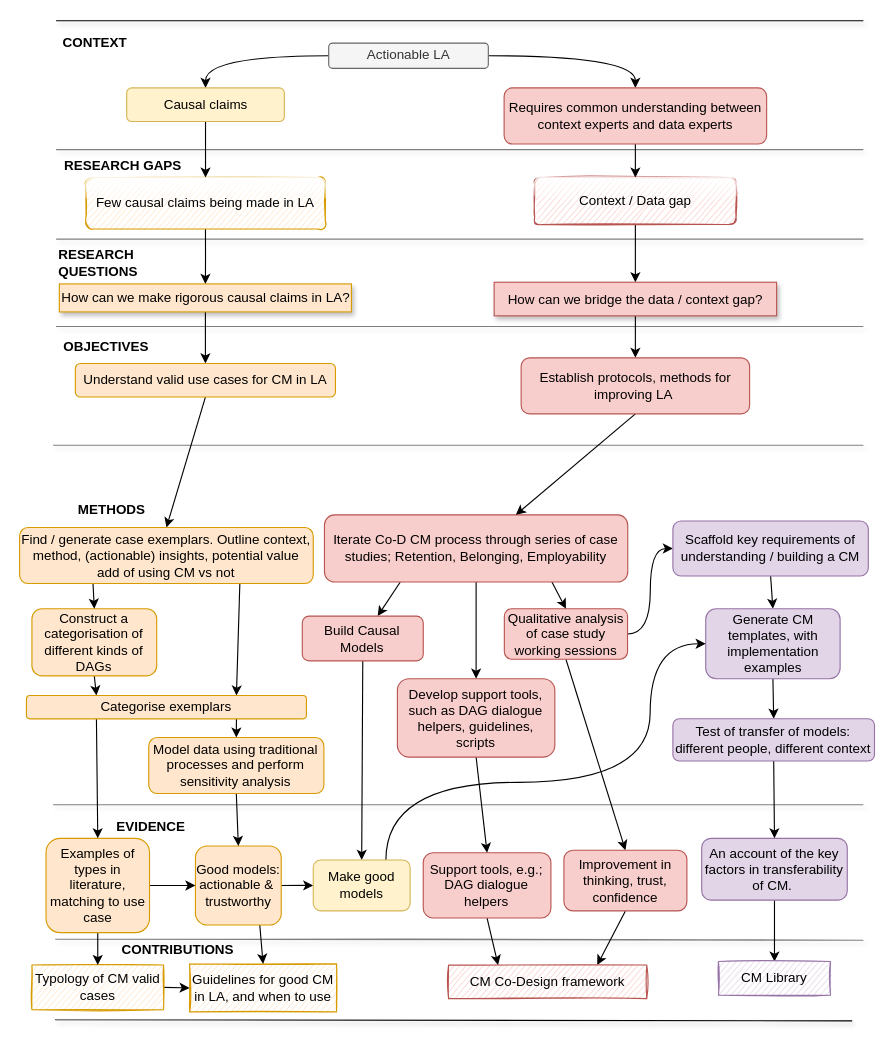
Above: page "Page-9" (9 of 9) of Thesis diagram.drawio in benwhicks/phd (draw.io), before the change. Source tidied: cells renumbered, new cells numbered last; positions are measured from the earlier drawing's top-left corner, leaving out a move shared by most shapes. Both pictures are drawn from the tidied source at 112%, with x=0, y=0 at pixel (19, 20).
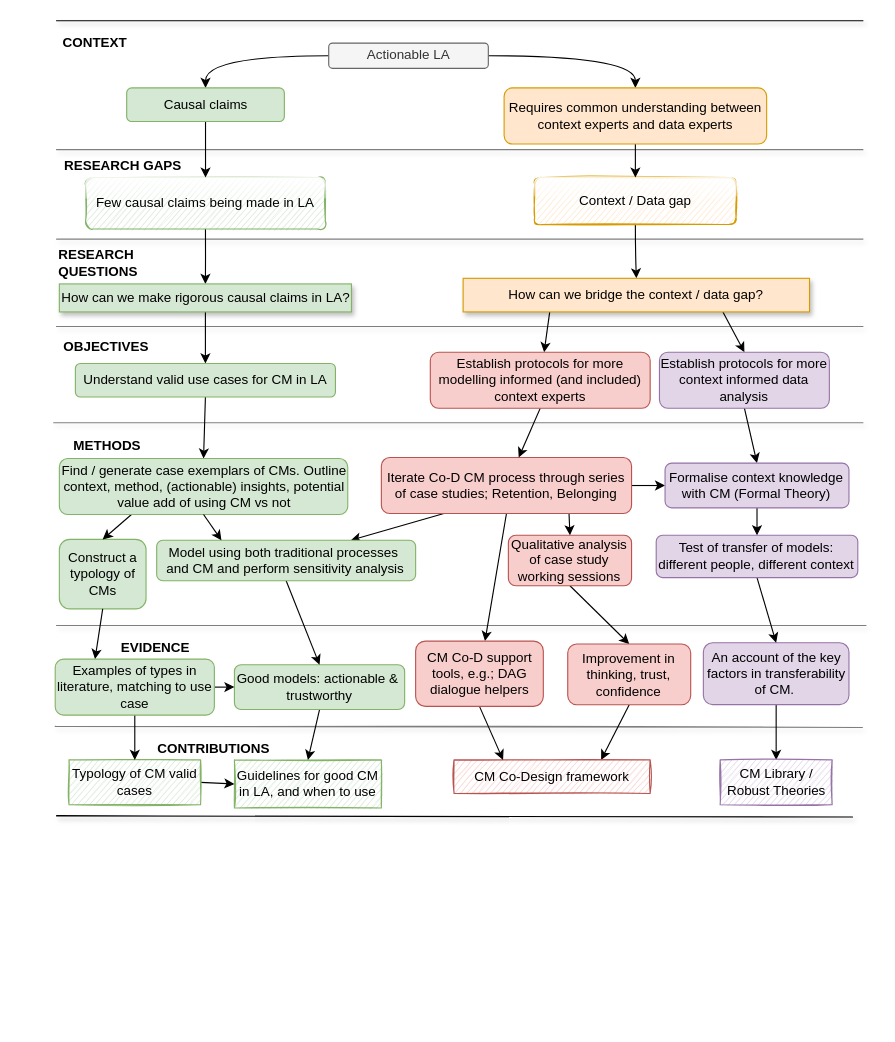
The same diagram, later.

Change to the diagram source:
```diff
@@
-    <mxCell id="6" style="edgeStyle=orthogonalEdgeStyle;rounded=0;jettySize=auto;html=1;exitX=1;exitY=0.5;exitDx=0;exitDy=0;entryX=0;entryY=0.5;entryDx=0;entryDy=0;curved=1;" parent="1" edge="1" source="7" target="70">
-      <mxGeometry relative="1" as="geometry" />
-    </mxCell>
     <mxCell id="7" value="Qualitative analysis of case study working sessions" style="rounded=1;whiteSpace=wrap;html=1;fillColor=#f8cecc;strokeColor=#b85450;" parent="1" vertex="1">
-      <mxGeometry x="432.8" y="525" width="110" height="45.1" as="geometry" />
+      <mxGeometry x="436.4" y="459.4" width="110" height="45.1" as="geometry" />
     </mxCell>
@@
-    <mxCell id="9" value="Context / Data gap" style="rounded=1;whiteSpace=wrap;html=1;fillColor=#f8cecc;strokeColor=#b85450;glass=1;sketch=1;" parent="1" vertex="1">
+    <mxCell id="9" value="Context / Data gap" style="rounded=1;whiteSpace=wrap;html=1;fillColor=#ffe6cc;strokeColor=#d79b00;glass=1;sketch=1;" parent="1" vertex="1">
       <mxGeometry x="459.9" y="140" width="179.8" height="42" as="geometry" />
     </mxCell>
@@
-    <mxCell id="11" value="Few causal claims being made in LA" style="rounded=1;whiteSpace=wrap;html=1;fillColor=#ffe6cc;strokeColor=#d79b00;glass=1;sketch=1;" parent="1" vertex="1">
+    <mxCell id="11" value="Few causal claims being made in LA" style="rounded=1;whiteSpace=wrap;html=1;fillColor=#d5e8d4;strokeColor=#82b366;glass=1;sketch=1;" parent="1" vertex="1">
       <mxGeometry x="58.9" y="140" width="214.1" height="46" as="geometry" />
     </mxCell>
-    <mxCell id="12" style="edgeStyle=none;rounded=0;jettySize=auto;html=1;exitX=0.5;exitY=1;exitDx=0;exitDy=0;" parent="1" edge="1" source="13" target="55">
+    <mxCell id="12" style="edgeStyle=none;rounded=0;jettySize=auto;html=1;exitX=0.25;exitY=1;exitDx=0;exitDy=0;" parent="1" edge="1" source="13" target="55">
       <mxGeometry relative="1" as="geometry" />
     </mxCell>
+    <mxCell id="84" style="rounded=0;jettySize=auto;html=1;exitX=0.75;exitY=1;exitDx=0;exitDy=0;entryX=0.5;entryY=0;entryDx=0;entryDy=0;" parent="1" edge="1" source="13" target="88">
+      <mxGeometry relative="1" as="geometry" />
+    </mxCell>
-    <mxCell id="13" value="How can we bridge the data / context gap?" style="rounded=0;whiteSpace=wrap;html=1;fillColor=#f8cecc;strokeColor=#b85450;sketch=0;shadow=1;" parent="1" vertex="1">
-      <mxGeometry x="423.7" y="233.5" width="252.2" height="30" as="geometry" />
+    <mxCell id="13" value="How can we bridge the context / data gap?" style="rounded=0;whiteSpace=wrap;html=1;fillColor=#ffe6cc;strokeColor=#d79b00;sketch=0;shadow=1;" parent="1" vertex="1">
+      <mxGeometry x="396" y="230" width="309.3" height="30" as="geometry" />
     </mxCell>
     <mxCell id="14" value="CONTRIBUTIONS" style="text;html=1;align=center;verticalAlign=middle;strokeColor=none;fillColor=none;fontStyle=1;" parent="1" vertex="1">
-      <mxGeometry x="81" y="820" width="120" height="20" as="geometry" />
+      <mxGeometry x="112.9" y="640" width="120" height="20" as="geometry" />
     </mxCell>
     <mxCell id="15" value="EVIDENCE" style="text;html=1;align=center;verticalAlign=middle;strokeColor=none;fillColor=none;fontStyle=1;" parent="1" vertex="1">
-      <mxGeometry x="77" y="710" width="80" height="20" as="geometry" />
+      <mxGeometry x="81" y="550" width="80" height="20" as="geometry" />
     </mxCell>
@@
-    <mxCell id="21" value="How can we make rigorous causal claims in LA?" style="whiteSpace=wrap;html=1;fillColor=#ffe6cc;strokeColor=#d79b00;sketch=0;shadow=1;" parent="1" vertex="1">
+    <mxCell id="21" value="How can we make rigorous causal claims in LA?" style="whiteSpace=wrap;html=1;fillColor=#d5e8d4;strokeColor=#82b366;sketch=0;shadow=1;" parent="1" vertex="1">
       <mxGeometry x="35.5" y="235" width="260.8" height="25" as="geometry" />
     </mxCell>
@@
-    <mxCell id="23" value="Understand valid use cases for CM in LA" style="rounded=1;whiteSpace=wrap;html=1;sketch=0;shadow=0;glass=0;fillColor=#ffe6cc;strokeColor=#d79b00;" parent="1" vertex="1">
+    <mxCell id="23" value="Understand valid use cases for CM in LA" style="rounded=1;whiteSpace=wrap;html=1;sketch=0;shadow=0;glass=0;fillColor=#d5e8d4;strokeColor=#82b366;" parent="1" vertex="1">
       <mxGeometry x="49.8" y="306" width="232.2" height="30" as="geometry" />
     </mxCell>
-    <mxCell id="24" style="edgeStyle=none;rounded=0;jumpStyle=none;jettySize=auto;html=1;entryX=0.5;entryY=0;entryDx=0;entryDy=0;fontFamily=Helvetica;fontSize=12;exitX=0.5;exitY=1;exitDx=0;exitDy=0;" parent="1" edge="1" source="27" target="68">
-      <mxGeometry relative="1" as="geometry" />
-    </mxCell>
@@
-    <mxCell id="26" style="edgeStyle=none;rounded=0;jettySize=auto;html=1;exitX=0.25;exitY=1;exitDx=0;exitDy=0;" parent="1" edge="1" source="27" target="78">
+    <mxCell id="26" style="edgeStyle=none;rounded=0;jettySize=auto;html=1;exitX=0.25;exitY=1;exitDx=0;exitDy=0;entryX=0.75;entryY=0;entryDx=0;entryDy=0;" parent="1" edge="1" source="27" target="57">
       <mxGeometry relative="1" as="geometry" />
     </mxCell>
+    <mxCell id="85" style="edgeStyle=none;rounded=0;jettySize=auto;html=1;exitX=1;exitY=0.5;exitDx=0;exitDy=0;entryX=0;entryY=0.5;entryDx=0;entryDy=0;" parent="1" edge="1" source="27" target="90">
+      <mxGeometry relative="1" as="geometry" />
+    </mxCell>
+    <mxCell id="86" style="edgeStyle=none;rounded=0;jettySize=auto;html=1;exitX=0.5;exitY=1;exitDx=0;exitDy=0;" parent="1" edge="1" source="27" target="49">
+      <mxGeometry relative="1" as="geometry" />
+    </mxCell>
-    <mxCell id="27" value="Iterate Co-D CM process through series of case studies; Retention, Belonging, Employability" style="rounded=1;whiteSpace=wrap;html=1;fillColor=#f8cecc;strokeColor=#b85450;" parent="1" vertex="1">
-      <mxGeometry x="272.2" y="441.2" width="270.8" height="60" as="geometry" />
+    <mxCell id="27" value="Iterate Co-D CM process through series of case studies; Retention, Belonging" style="rounded=1;whiteSpace=wrap;html=1;fillColor=#f8cecc;strokeColor=#b85450;" parent="1" vertex="1">
+      <mxGeometry x="323" y="390" width="223.4" height="50" as="geometry" />
     </mxCell>
@@
-    <mxCell id="30" value="Causal claims" style="rounded=1;whiteSpace=wrap;html=1;fillColor=#fff2cc;shadow=0;glass=0;sketch=0;strokeColor=#d6b656;" parent="1" vertex="1">
+    <mxCell id="30" value="Causal claims" style="rounded=1;whiteSpace=wrap;html=1;fillColor=#d5e8d4;shadow=0;glass=0;sketch=0;strokeColor=#82b366;" parent="1" vertex="1">
       <mxGeometry x="95.6" y="60" width="140.8" height="30" as="geometry" />
     </mxCell>
@@
     <mxCell id="32" value="Improvement in thinking, trust, confidence" style="whiteSpace=wrap;html=1;rounded=1;shadow=0;glass=0;sketch=0;fillColor=#f8cecc;strokeColor=#b85450;" parent="1" vertex="1">
-      <mxGeometry x="486" y="740.6" width="109.8" height="54.2" as="geometry" />
+      <mxGeometry x="489.4" y="556.5" width="109.8" height="54.2" as="geometry" />
     </mxCell>
@@
     <mxCell id="37" style="endArrow=none;html=1;rounded=0;sketch=1;curved=1;shadow=1;opacity=50;" parent="1" edge="1">
       <mxGeometry relative="1" as="geometry">
-        <mxPoint x="32.3" y="820" as="sourcePoint" />
-        <mxPoint x="753" y="821" as="targetPoint" />
+        <mxPoint x="31.8" y="630" as="sourcePoint" />
+        <mxPoint x="752.5" y="631" as="targetPoint" />
       </mxGeometry>
     </mxCell>
@@
-    <mxCell id="39" value="Requires common understanding between context experts and data experts" style="rounded=1;whiteSpace=wrap;html=1;fillColor=#f8cecc;strokeColor=#b85450;" parent="1" vertex="1">
+    <mxCell id="39" value="Requires common understanding between context experts and data experts" style="rounded=1;whiteSpace=wrap;html=1;fillColor=#ffe6cc;strokeColor=#d79b00;" parent="1" vertex="1">
       <mxGeometry x="432.6" y="60" width="234.4" height="50.1" as="geometry" />
     </mxCell>
     <mxCell id="40" value="METHODS" style="text;html=1;align=center;verticalAlign=middle;strokeColor=none;fillColor=none;fontStyle=1;" parent="1" vertex="1">
-      <mxGeometry x="42.4" y="426.7" width="80" height="20" as="geometry" />
+      <mxGeometry x="38" y="370" width="80" height="20" as="geometry" />
     </mxCell>
     <mxCell id="41" value="CM Co-Design framework" style="whiteSpace=wrap;html=1;rounded=0;shadow=0;glass=0;sketch=1;fillColor=#f8cecc;strokeColor=#b85450;" parent="1" vertex="1">
-      <mxGeometry x="383" y="843.1" width="177" height="30" as="geometry" />
+      <mxGeometry x="387.9" y="660" width="175.1" height="30" as="geometry" />
     </mxCell>
-    <mxCell id="42" value="Guidelines for good CM in LA, and when to use" style="whiteSpace=wrap;html=1;rounded=0;shadow=0;glass=0;sketch=1;fillColor=#ffe6cc;strokeColor=#d79b00;" parent="1" vertex="1">
-      <mxGeometry x="151.8" y="842.1" width="131.2" height="42.9" as="geometry" />
+    <mxCell id="42" value="Guidelines for good CM in LA, and when to use" style="whiteSpace=wrap;html=1;rounded=0;shadow=0;glass=0;sketch=1;fillColor=#d5e8d4;strokeColor=#82b366;" parent="1" vertex="1">
+      <mxGeometry x="191.8" y="660" width="131.2" height="42.9" as="geometry" />
     </mxCell>
-    <mxCell id="43" style="edgeStyle=none;rounded=0;jumpStyle=none;jettySize=auto;html=1;exitX=0.75;exitY=1;exitDx=0;exitDy=0;entryX=0.5;entryY=0;entryDx=0;entryDy=0;fontFamily=Helvetica;fontSize=12;" parent="1" edge="1" source="45" target="42">
+    <mxCell id="43" style="edgeStyle=none;rounded=0;jumpStyle=none;jettySize=auto;html=1;exitX=0.5;exitY=1;exitDx=0;exitDy=0;entryX=0.5;entryY=0;entryDx=0;entryDy=0;fontFamily=Helvetica;fontSize=12;" parent="1" edge="1" source="45" target="42">
       <mxGeometry relative="1" as="geometry" />
     </mxCell>
-    <mxCell id="44" style="rounded=0;jettySize=auto;html=1;exitX=1;exitY=0.5;exitDx=0;exitDy=0;entryX=0;entryY=0.5;entryDx=0;entryDy=0;" parent="1" edge="1" source="45" target="80">
-      <mxGeometry relative="1" as="geometry" />
-    </mxCell>
-    <mxCell id="45" value="Good models: actionable &amp;amp;&amp;nbsp; trustworthy" style="rounded=1;whiteSpace=wrap;html=1;sketch=0;fillColor=#ffe6cc;strokeColor=#d79b00;shadow=0;" parent="1" vertex="1">
-      <mxGeometry x="157" y="736.8" width="76.6" height="70.6" as="geometry" />
+    <mxCell id="45" value="Good models: actionable &amp;amp;&amp;nbsp; trustworthy" style="rounded=1;whiteSpace=wrap;html=1;sketch=0;fillColor=#d5e8d4;strokeColor=#82b366;shadow=0;" parent="1" vertex="1">
+      <mxGeometry x="191.8" y="575" width="152" height="40" as="geometry" />
     </mxCell>
@@
-    <mxCell id="47" value="Typology of CM valid cases" style="rounded=0;whiteSpace=wrap;html=1;sketch=1;fillColor=#ffe6cc;strokeColor=#d79b00;shadow=0;" parent="1" vertex="1">
-      <mxGeometry x="11" y="843.1" width="117.5" height="40" as="geometry" />
+    <mxCell id="47" value="Typology of CM valid cases" style="rounded=0;whiteSpace=wrap;html=1;sketch=1;fillColor=#d5e8d4;strokeColor=#82b366;shadow=0;" parent="1" vertex="1">
+      <mxGeometry x="44.1" y="660" width="117.5" height="40" as="geometry" />
     </mxCell>
@@
-    <mxCell id="49" value="Support tools, e.g.; DAG dialogue helpers" style="rounded=1;whiteSpace=wrap;html=1;sketch=0;fillColor=#f8cecc;strokeColor=#b85450;shadow=0;" parent="1" vertex="1">
-      <mxGeometry x="360.4" y="742.9" width="114" height="58.3" as="geometry" />
+    <mxCell id="49" value="CM Co-D support tools, e.g.; DAG dialogue helpers" style="rounded=1;whiteSpace=wrap;html=1;sketch=0;fillColor=#f8cecc;strokeColor=#b85450;shadow=0;" parent="1" vertex="1">
+      <mxGeometry x="353.6" y="553.9" width="114" height="58.3" as="geometry" />
     </mxCell>
@@
     <mxCell id="51" value="An account of the key factors in transferability of CM.&amp;nbsp;" style="whiteSpace=wrap;html=1;rounded=1;shadow=0;glass=0;sketch=0;fillColor=#e1d5e7;strokeColor=#9673a6;" parent="1" vertex="1">
-      <mxGeometry x="609" y="730" width="130" height="55.2" as="geometry" />
+      <mxGeometry x="610.5" y="555.4" width="130" height="55.2" as="geometry" />
     </mxCell>
     <mxCell id="52" style="endArrow=none;html=1;rounded=0;sketch=1;curved=1;shadow=1;opacity=50;" parent="1" edge="1">
       <mxGeometry relative="1" as="geometry">
-        <mxPoint x="30.5" y="379" as="sourcePoint" />
-        <mxPoint x="753" y="379" as="targetPoint" />
+        <mxPoint x="30.5" y="359" as="sourcePoint" />
+        <mxPoint x="753" y="359" as="targetPoint" />
       </mxGeometry>
     </mxCell>
@@
-    <mxCell id="55" value="Establish protocols, methods for improving LA&amp;nbsp;" style="rounded=1;whiteSpace=wrap;html=1;fillColor=#f8cecc;strokeColor=#b85450;" parent="1" vertex="1">
-      <mxGeometry x="447.8" y="301" width="204" height="50" as="geometry" />
+    <mxCell id="55" value="Establish protocols for more modelling informed (and included) context experts" style="rounded=1;whiteSpace=wrap;html=1;fillColor=#f8cecc;strokeColor=#b85450;" parent="1" vertex="1">
+      <mxGeometry x="366.7" y="296" width="196.3" height="50" as="geometry" />
     </mxCell>
@@
-    <mxCell id="57" value="Model data using traditional processes and perform sensitivity analysis" style="rounded=1;whiteSpace=wrap;html=1;sketch=0;shadow=0;glass=0;fillColor=#ffe6cc;strokeColor=#d79b00;" parent="1" vertex="1">
-      <mxGeometry x="115.3" y="640" width="156.4" height="50" as="geometry" />
+    <mxCell id="57" value="Model using both traditional processes&amp;nbsp;&lt;br&gt;and CM and perform sensitivity analysis" style="rounded=1;whiteSpace=wrap;html=1;sketch=0;shadow=0;glass=0;fillColor=#d5e8d4;strokeColor=#82b366;" parent="1" vertex="1">
+      <mxGeometry x="122.4" y="463.9" width="231.2" height="36.1" as="geometry" />
     </mxCell>
-    <mxCell id="58" style="rounded=0;jettySize=auto;html=1;exitX=0.5;exitY=1;exitDx=0;exitDy=0;entryX=0.25;entryY=0;entryDx=0;entryDy=0;" parent="1" edge="1" source="59" target="76">
-      <mxGeometry relative="1" as="geometry" />
-    </mxCell>
-    <mxCell id="59" value="Construct a categorisation of different kinds of DAGs" style="rounded=1;whiteSpace=wrap;html=1;sketch=0;shadow=0;glass=0;fillColor=#ffe6cc;strokeColor=#d79b00;" parent="1" vertex="1">
-      <mxGeometry x="11" y="525" width="111.4" height="60" as="geometry" />
+    <mxCell id="59" value="Construct a typology of CMs" style="rounded=1;whiteSpace=wrap;html=1;sketch=0;shadow=0;glass=0;fillColor=#d5e8d4;strokeColor=#82b366;" parent="1" vertex="1">
+      <mxGeometry x="35.5" y="463.1" width="77.4" height="62" as="geometry" />
     </mxCell>
@@
-    <mxCell id="62" value="Examples of types in literature, matching to use case" style="rounded=1;whiteSpace=wrap;html=1;sketch=0;fillColor=#ffe6cc;strokeColor=#d79b00;shadow=0;" parent="1" vertex="1">
-      <mxGeometry x="23.6" y="730" width="92.4" height="84.2" as="geometry" />
+    <mxCell id="62" value="Examples of types in literature, matching to use case" style="rounded=1;whiteSpace=wrap;html=1;sketch=0;fillColor=#d5e8d4;strokeColor=#82b366;shadow=0;" parent="1" vertex="1">
+      <mxGeometry x="31.8" y="570" width="142.1" height="50" as="geometry" />
     </mxCell>
-    <mxCell id="63" style="rounded=0;jettySize=auto;html=1;exitX=0.75;exitY=1;exitDx=0;exitDy=0;entryX=0.75;entryY=0;entryDx=0;entryDy=0;" parent="1" edge="1" source="65" target="76">
-      <mxGeometry relative="1" as="geometry" />
-    </mxCell>
@@
-    <mxCell id="65" value="Find / generate case exemplars. Outline context, method, (actionable) insights, potential value add of using CM vs not" style="rounded=1;whiteSpace=wrap;html=1;sketch=0;shadow=0;glass=0;fillColor=#ffe6cc;strokeColor=#d79b00;" parent="1" vertex="1">
-      <mxGeometry y="452.5" width="262.2" height="50" as="geometry" />
+    <mxCell id="65" value="Find / generate case exemplars of CMs. Outline context, method, (actionable) insights, potential value add of using CM vs not" style="rounded=1;whiteSpace=wrap;html=1;sketch=0;shadow=0;glass=0;fillColor=#d5e8d4;strokeColor=#82b366;" parent="1" vertex="1">
+      <mxGeometry x="35.5" y="390.9" width="257.5" height="50" as="geometry" />
     </mxCell>
     <mxCell id="66" style="endArrow=none;html=1;rounded=0;sketch=1;curved=1;shadow=1;" parent="1" edge="1">
       <mxGeometry relative="1" as="geometry">
-        <mxPoint x="32.3" y="892" as="sourcePoint" />
-        <mxPoint x="743" y="893" as="targetPoint" />
+        <mxPoint x="33" y="710" as="sourcePoint" />
+        <mxPoint x="743.7" y="711" as="targetPoint" />
       </mxGeometry>
     </mxCell>
-    <mxCell id="67" style="edgeStyle=none;rounded=0;jumpStyle=none;jettySize=auto;html=1;exitX=0.5;exitY=1;exitDx=0;exitDy=0;entryX=0.5;entryY=0;entryDx=0;entryDy=0;fontFamily=Helvetica;fontSize=12;startArrow=none;" parent="1" edge="1" source="68" target="49">
-      <mxGeometry relative="1" as="geometry" />
-    </mxCell>
-    <mxCell id="68" value="Develop support tools, such as DAG dialogue helpers, guidelines, scripts" style="rounded=1;whiteSpace=wrap;html=1;fillColor=#f8cecc;strokeColor=#b85450;" parent="1" vertex="1">
-      <mxGeometry x="337.3" y="587.5" width="140.6" height="70" as="geometry" />
-    </mxCell>
-    <mxCell id="69" style="edgeStyle=none;rounded=0;jumpStyle=none;jettySize=auto;html=1;exitX=0.5;exitY=1;exitDx=0;exitDy=0;entryX=0.5;entryY=0;entryDx=0;entryDy=0;fontFamily=Helvetica;fontSize=12;" parent="1" edge="1" source="70" target="73">
-      <mxGeometry relative="1" as="geometry" />
-    </mxCell>
-    <mxCell id="70" value="Scaffold key requirements of understanding / building a CM" style="whiteSpace=wrap;html=1;rounded=1;shadow=0;glass=0;sketch=0;fillColor=#e1d5e7;strokeColor=#9673a6;" parent="1" vertex="1">
-      <mxGeometry x="583.3" y="446.7" width="174.5" height="49.1" as="geometry" />
-    </mxCell>
@@
-    <mxCell id="72" style="edgeStyle=none;rounded=0;jettySize=auto;html=1;exitX=0.5;exitY=1;exitDx=0;exitDy=0;entryX=0.5;entryY=0;entryDx=0;entryDy=0;" parent="1" edge="1" source="73" target="82">
-      <mxGeometry relative="1" as="geometry" />
-    </mxCell>
-    <mxCell id="73" value="Generate CM templates, with implementation examples" style="whiteSpace=wrap;html=1;rounded=1;shadow=0;glass=0;sketch=0;fillColor=#e1d5e7;strokeColor=#9673a6;" parent="1" vertex="1">
-      <mxGeometry x="612.6" y="525" width="120" height="62.5" as="geometry" />
-    </mxCell>
-    <mxCell id="74" style="rounded=0;jettySize=auto;html=1;exitX=0.25;exitY=1;exitDx=0;exitDy=0;entryX=0.5;entryY=0;entryDx=0;entryDy=0;" parent="1" edge="1" source="76" target="62">
+    <mxCell id="74" style="rounded=0;jettySize=auto;html=1;exitX=0.5;exitY=1;exitDx=0;exitDy=0;entryX=0.25;entryY=0;entryDx=0;entryDy=0;" parent="1" edge="1" source="59" target="62">
       <mxGeometry relative="1" as="geometry" />
     </mxCell>
-    <mxCell id="75" style="rounded=0;jettySize=auto;html=1;exitX=0.75;exitY=1;exitDx=0;exitDy=0;entryX=0.5;entryY=0;entryDx=0;entryDy=0;" parent="1" edge="1" source="76" target="57">
+    <mxCell id="75" style="rounded=0;jettySize=auto;html=1;entryX=0.25;entryY=0;entryDx=0;entryDy=0;exitX=0.5;exitY=1;exitDx=0;exitDy=0;" parent="1" edge="1" source="65" target="57">
       <mxGeometry relative="1" as="geometry" />
     </mxCell>
-    <mxCell id="76" value="Categorise exemplars" style="rounded=1;whiteSpace=wrap;html=1;sketch=0;shadow=0;glass=0;fillColor=#ffe6cc;strokeColor=#d79b00;" parent="1" vertex="1">
-      <mxGeometry x="6.1" y="602.5" width="250" height="20.8" as="geometry" />
-    </mxCell>
-    <mxCell id="77" style="edgeStyle=none;rounded=0;jettySize=auto;html=1;exitX=0.5;exitY=1;exitDx=0;exitDy=0;entryX=0.5;entryY=0;entryDx=0;entryDy=0;" parent="1" edge="1" source="78" target="80">
-      <mxGeometry relative="1" as="geometry" />
-    </mxCell>
-    <mxCell id="78" value="Build Causal Models" style="whiteSpace=wrap;html=1;rounded=1;shadow=0;glass=0;sketch=0;fillColor=#f8cecc;strokeColor=#b85450;" parent="1" vertex="1">
-      <mxGeometry x="252.4" y="531.6" width="108" height="40" as="geometry" />
-    </mxCell>
-    <mxCell id="79" style="edgeStyle=orthogonalEdgeStyle;rounded=0;jettySize=auto;html=1;exitX=0.75;exitY=0;exitDx=0;exitDy=0;entryX=0;entryY=0.5;entryDx=0;entryDy=0;curved=1;" parent="1" edge="1" source="80" target="73">
-      <mxGeometry relative="1" as="geometry">
-        <Array as="points">
-          <mxPoint x="327" y="680" />
-          <mxPoint x="563" y="680" />
-          <mxPoint x="563" y="556" />
-        </Array>
-      </mxGeometry>
-    </mxCell>
-    <mxCell id="80" value="Make good models" style="rounded=1;whiteSpace=wrap;html=1;sketch=0;fillColor=#fff2cc;strokeColor=#d6b656;shadow=0;" parent="1" vertex="1">
-      <mxGeometry x="262.2" y="749.3" width="86.5" height="45.5" as="geometry" />
-    </mxCell>
     <mxCell id="81" style="endArrow=none;html=1;rounded=0;sketch=1;curved=1;shadow=1;opacity=50;" parent="1" edge="1">
       <mxGeometry relative="1" as="geometry">
-        <mxPoint x="30.3" y="700" as="sourcePoint" />
-        <mxPoint x="753" y="700" as="targetPoint" />
+        <mxPoint x="33" y="540" as="sourcePoint" />
+        <mxPoint x="755.7" y="540" as="targetPoint" />
       </mxGeometry>
     </mxCell>
     <mxCell id="82" value="Test of transfer of models:&lt;br&gt;different people, different context" style="whiteSpace=wrap;html=1;rounded=1;shadow=0;glass=0;sketch=0;fillColor=#e1d5e7;strokeColor=#9673a6;" parent="1" vertex="1">
-      <mxGeometry x="583.3" y="623.2" width="180" height="37.8" as="geometry" />
+      <mxGeometry x="568.4" y="459.4" width="180" height="37.8" as="geometry" />
     </mxCell>
-    <mxCell id="83" value="CM Library" style="whiteSpace=wrap;html=1;rounded=0;shadow=0;glass=0;sketch=1;fillColor=#e1d5e7;strokeColor=#9673a6;" parent="1" vertex="1">
-      <mxGeometry x="624" y="840" width="100" height="30" as="geometry" />
+    <mxCell id="83" value="CM Library / Robust Theories" style="whiteSpace=wrap;html=1;rounded=0;shadow=0;glass=0;sketch=1;fillColor=#e1d5e7;strokeColor=#9673a6;" parent="1" vertex="1">
+      <mxGeometry x="625.5" y="660" width="100" height="40" as="geometry" />
     </mxCell>
+    <mxCell id="87" style="edgeStyle=none;rounded=0;jettySize=auto;html=1;exitX=0.5;exitY=1;exitDx=0;exitDy=0;entryX=0.5;entryY=0;entryDx=0;entryDy=0;" parent="1" edge="1" source="88" target="90">
+      <mxGeometry relative="1" as="geometry" />
+    </mxCell>
+    <mxCell id="88" value="Establish protocols for more context informed data analysis" style="rounded=1;whiteSpace=wrap;html=1;fillColor=#e1d5e7;strokeColor=#9673a6;" parent="1" vertex="1">
+      <mxGeometry x="571.3" y="296" width="151.7" height="50" as="geometry" />
+    </mxCell>
+    <mxCell id="89" style="edgeStyle=none;rounded=0;jettySize=auto;html=1;exitX=0.5;exitY=1;exitDx=0;exitDy=0;" parent="1" edge="1" source="90" target="82">
+      <mxGeometry relative="1" as="geometry" />
+    </mxCell>
+    <mxCell id="90" value="Formalise context knowledge with CM (Formal Theory)" style="rounded=1;whiteSpace=wrap;html=1;fillColor=#e1d5e7;strokeColor=#9673a6;" parent="1" vertex="1">
+      <mxGeometry x="576.3" y="395" width="164.2" height="40" as="geometry" />
+    </mxCell>
```
